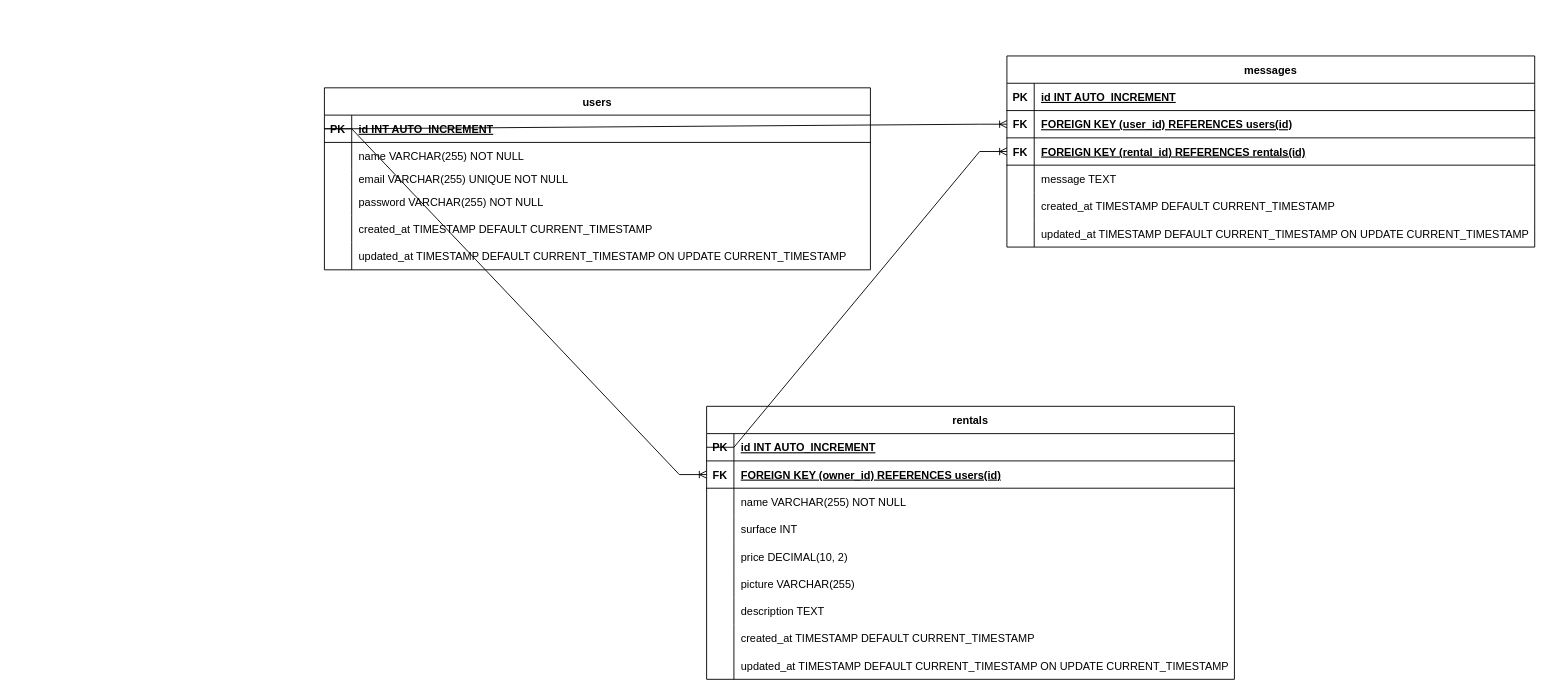
Before: P3 table relationships.drawio in LePhenix47/Lahouiti_Younes_P3_05112023, a draw.io diagram. Source tidied: cells renumbered, new cells numbered last; positions are measured from the earlier drawing's top-left corner, leaving out a move shared by most shapes. Both pictures are drawn from the tidied source at 91%, with x=0, y=0 at pixel (-313, 56).
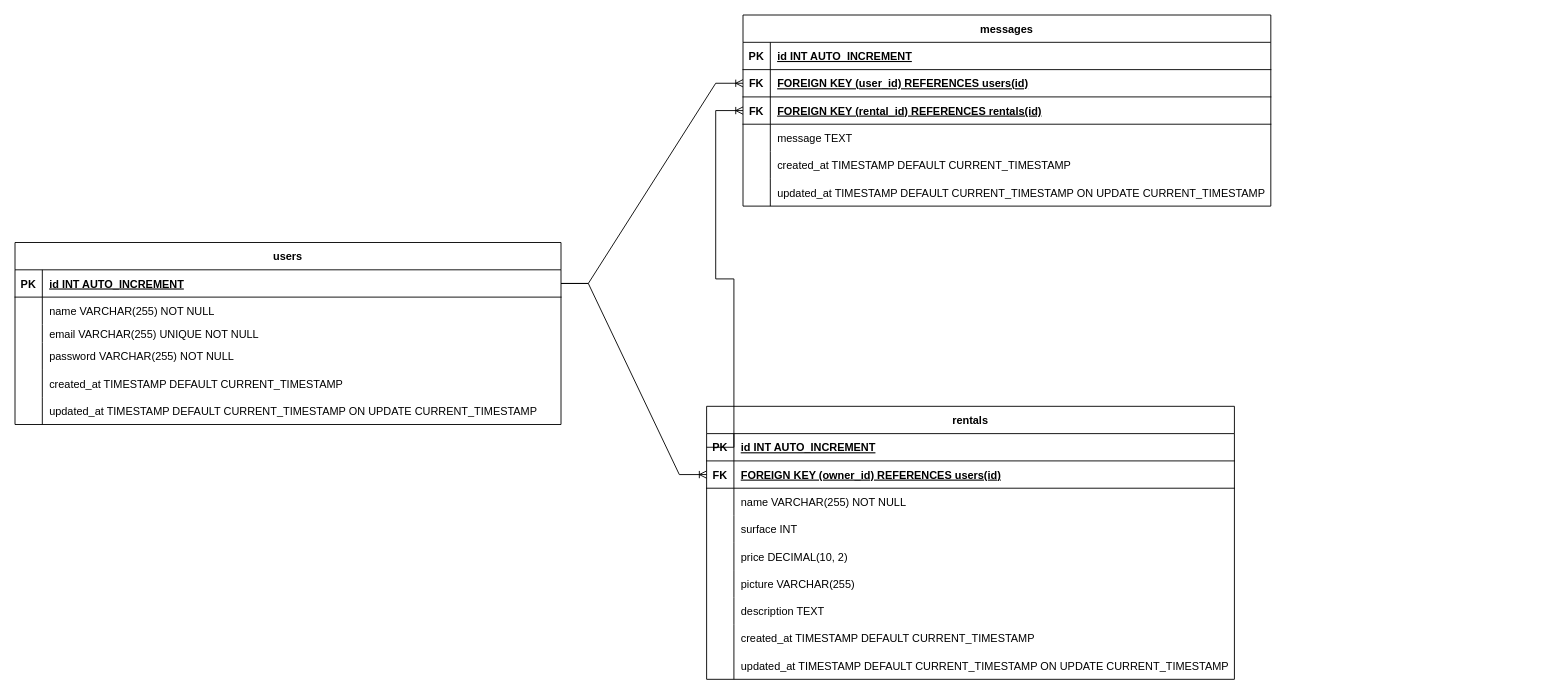
The same diagram, later.

Unchanged cells that the change refers to:
```xml
<mxCell id="3" style="shape=tableRow;horizontal=0;startSize=0;swimlaneHead=0;swimlaneBody=0;fillColor=none;points=[[0,0.5],[1,0.5]];portConstraint=eastwest;strokeColor=inherit;top=0;left=0;right=0;bottom=1;" parent="2" vertex="1">
  <mxGeometry y="30" width="600" height="30" as="geometry" />
</mxCell>
<mxCell id="5" value="id INT  AUTO_INCREMENT" style="shape=partialRectangle;overflow=hidden;fillColor=none;align=left;strokeColor=inherit;top=0;left=0;bottom=0;right=0;spacingLeft=6;fontStyle=5;" parent="3" vertex="1">
  <mxGeometry x="30" width="570" height="30" as="geometry" />
</mxCell>
<mxCell id="22" style="shape=tableRow;horizontal=0;startSize=0;swimlaneHead=0;swimlaneBody=0;fillColor=none;points=[[0,0.5],[1,0.5]];portConstraint=eastwest;strokeColor=inherit;top=0;left=0;right=0;bottom=1;" parent="21" vertex="1">
  <mxGeometry y="30" width="580" height="30" as="geometry" />
</mxCell>
<mxCell id="23" value="PK" style="shape=partialRectangle;overflow=hidden;fillColor=none;strokeColor=inherit;top=0;left=0;bottom=0;right=0;fontStyle=1;" parent="22" vertex="1">
  <mxGeometry width="30" height="30" as="geometry" />
</mxCell>
<mxCell id="25" style="shape=tableRow;horizontal=0;startSize=0;swimlaneHead=0;swimlaneBody=0;fillColor=none;points=[[0,0.5],[1,0.5]];portConstraint=eastwest;strokeColor=inherit;top=0;left=0;right=0;bottom=1;" parent="21" vertex="1">
  <mxGeometry y="60" width="580" height="30" as="geometry" />
</mxCell>
<mxCell id="26" value="FK" style="shape=partialRectangle;overflow=hidden;fillColor=none;strokeColor=inherit;top=0;left=0;bottom=0;right=0;fontStyle=1;" parent="25" vertex="1">
  <mxGeometry width="30" height="30" as="geometry" />
</mxCell>
<mxCell id="53" style="shape=tableRow;horizontal=0;startSize=0;swimlaneHead=0;swimlaneBody=0;fillColor=none;points=[[0,0.5],[1,0.5]];portConstraint=eastwest;strokeColor=inherit;top=0;left=0;right=0;bottom=1;swimlaneLine=1;" parent="49" vertex="1">
  <mxGeometry y="60" width="580" height="30" as="geometry" />
</mxCell>
<mxCell id="54" value="FK" style="shape=partialRectangle;overflow=hidden;fillColor=none;strokeColor=inherit;top=0;left=0;bottom=0;right=0;fontStyle=1;swimlaneLine=1;" parent="53" vertex="1">
  <mxGeometry width="30" height="30" as="geometry" />
</mxCell>
<mxCell id="56" style="shape=tableRow;horizontal=0;startSize=0;swimlaneHead=0;swimlaneBody=0;fillColor=none;points=[[0,0.5],[1,0.5]];portConstraint=eastwest;strokeColor=inherit;top=0;left=0;right=0;bottom=1;swimlaneLine=1;" parent="49" vertex="1">
  <mxGeometry y="90" width="580" height="30" as="geometry" />
</mxCell>
<mxCell id="57" value="FK" style="shape=partialRectangle;overflow=hidden;fillColor=none;strokeColor=inherit;top=0;left=0;bottom=0;right=0;fontStyle=1;swimlaneLine=1;" parent="56" vertex="1">
  <mxGeometry width="30" height="30" as="geometry" />
</mxCell>
```

Change to the diagram source:
```diff
@@
     <mxCell id="2" value="users" style="shape=table;startSize=30;childLayout=tableLayout;rowLines=0;fontStyle=1;align=center;" parent="1" vertex="1">
-      <mxGeometry x="700" y="35" width="600" height="200" as="geometry" />
+      <mxGeometry x="360" y="205" width="600" height="200" as="geometry" />
     </mxCell>
@@
     <mxCell id="49" value="messages" style="shape=table;startSize=30;childLayout=tableLayout;rowLines=0;fontStyle=1;align=center;" parent="1" vertex="1">
-      <mxGeometry x="1450" width="580" height="210" as="geometry" />
+      <mxGeometry x="1160" y="-45" width="580" height="210" as="geometry" />
     </mxCell>
@@
-    <mxCell id="68" style="edgeStyle=entityRelationEdgeStyle;fontSize=12;html=1;endArrow=ERoneToMany;rounded=0;entryX=0;entryY=0.5;entryDx=0;entryDy=0;exitX=0;exitY=0.5;exitDx=0;exitDy=0;" parent="1" edge="1" source="22" target="56">
-      <mxGeometry relative="1" as="geometry">
-        <Array as="points">
-          <mxPoint x="1200" y="460" />
-          <mxPoint x="180" y="965" />
-        </Array>
-      </mxGeometry>
-    </mxCell>
-    <mxCell id="69" style="edgeStyle=entityRelationEdgeStyle;fontSize=12;html=1;endArrow=ERoneToMany;rounded=0;entryX=0;entryY=0.5;entryDx=0;entryDy=0;exitX=0;exitY=0.5;exitDx=0;exitDy=0;" parent="1" edge="1" source="3" target="53">
+    <mxCell id="69" style="edgeStyle=entityRelationEdgeStyle;fontSize=12;html=1;endArrow=ERoneToMany;rounded=0;entryX=0;entryY=0.5;entryDx=0;entryDy=0;" parent="1" edge="1" source="5" target="54">
       <mxGeometry relative="1" as="geometry">
         <Array as="points">
           <mxPoint x="440" y="670" />
         </Array>
       </mxGeometry>
     </mxCell>
-    <mxCell id="70" style="edgeStyle=entityRelationEdgeStyle;fontSize=12;html=1;endArrow=ERoneToMany;rounded=0;entryX=0;entryY=0.5;entryDx=0;entryDy=0;exitX=0;exitY=0.5;exitDx=0;exitDy=0;" parent="1" edge="1" source="3" target="25">
-      <mxGeometry relative="1" as="geometry">
-        <Array as="points">
-          <mxPoint y="1080" />
-        </Array>
-      </mxGeometry>
-    </mxCell>
+    <mxCell id="71" style="edgeStyle=entityRelationEdgeStyle;fontSize=12;html=1;endArrow=ERoneToMany;rounded=0;exitX=0;exitY=0.5;exitDx=0;exitDy=0;entryX=0;entryY=0.5;entryDx=0;entryDy=0;" parent="1" edge="1" source="23" target="57">
+      <mxGeometry relative="1" as="geometry">
+        <Array as="points">
+          <mxPoint x="780" y="1085" />
+        </Array>
+      </mxGeometry>
+    </mxCell>
+    <mxCell id="72" style="edgeStyle=entityRelationEdgeStyle;fontSize=12;html=1;endArrow=ERoneToMany;rounded=0;exitX=1;exitY=0.5;exitDx=0;exitDy=0;entryX=0;entryY=0.5;entryDx=0;entryDy=0;" parent="1" edge="1" source="5" target="26">
+      <mxGeometry relative="1" as="geometry">
+        <Array as="points">
+          <mxPoint x="760" y="1337" />
+        </Array>
+      </mxGeometry>
+    </mxCell>
```
